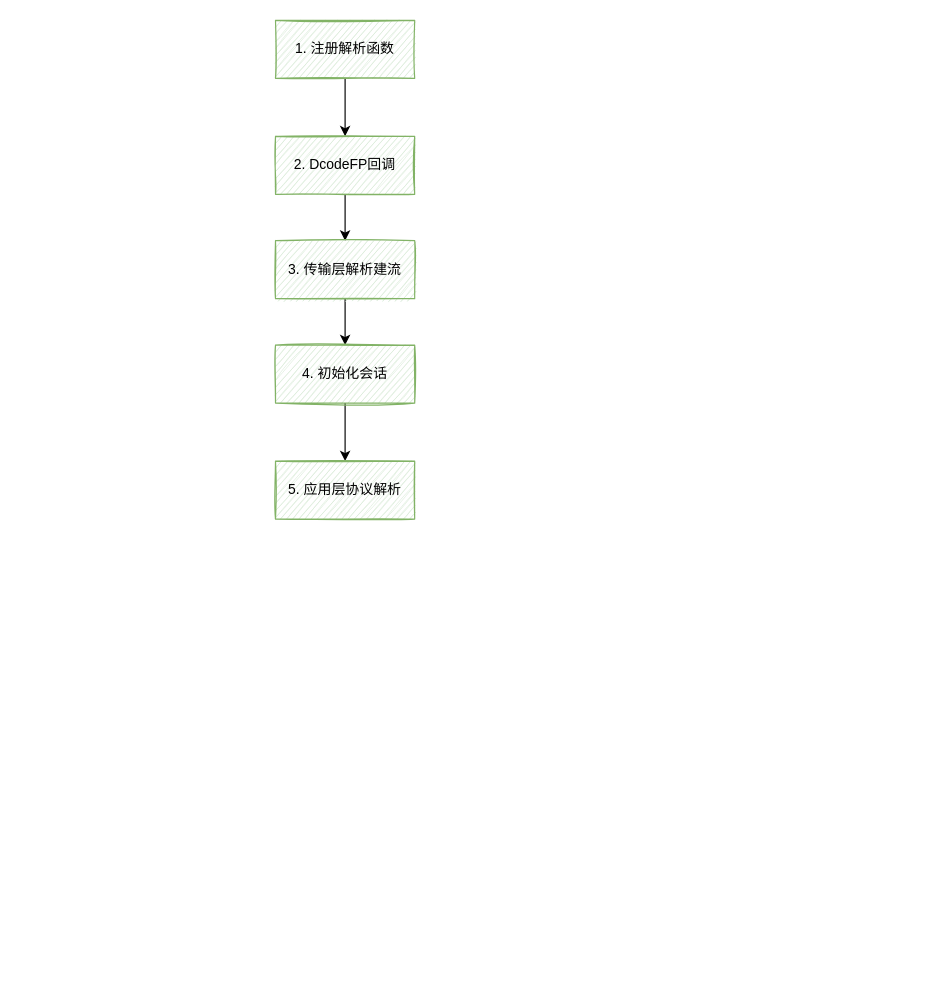
This is ck parse progess.drawio from leonce28/draw-io-img, a draw.io file, before an edit. Source tidied: cells renumbered, new cells numbered last; positions are measured from the earlier drawing's top-left corner, leaving out a move shared by most shapes. Both pictures are drawn from the tidied source at 116%, with x=0, y=0 at pixel (275, 20).
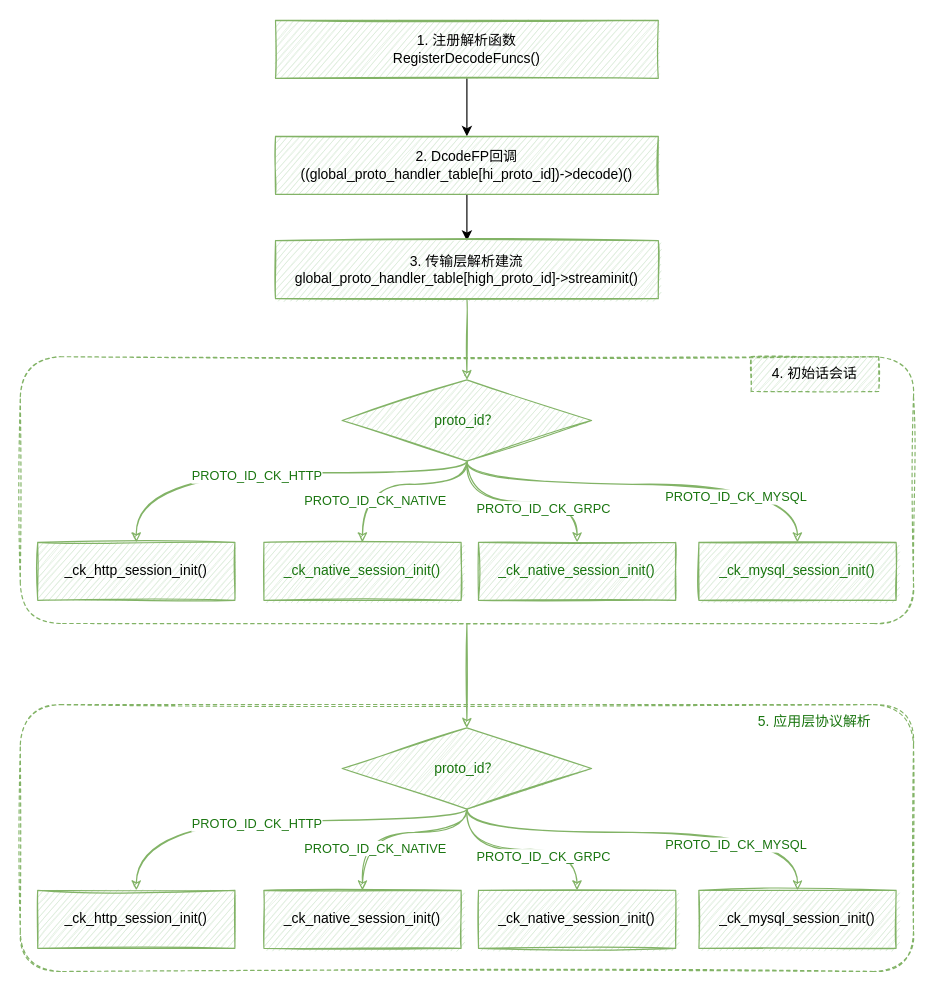
Above is the later version.

The edit, as a diff of the source:
```diff
@@
+    <mxCell id="11" style="edgeStyle=orthogonalEdgeStyle;rounded=0;sketch=1;jettySize=auto;html=1;exitX=0.5;exitY=1;exitDx=0;exitDy=0;fillColor=#d5e8d4;strokeColor=#82b366;fontColor=#19750F;" parent="1" edge="1" source="12" target="41">
+      <mxGeometry relative="1" as="geometry" />
+    </mxCell>
+    <mxCell id="12" style="rounded=1;whiteSpace=wrap;html=1;shadow=0;glass=0;dashed=1;sketch=1;fillStyle=auto;strokeColor=#82b366;strokeWidth=1;fillColor=none;" parent="1" vertex="1">
+      <mxGeometry x="-220" y="290" width="770" height="230" as="geometry" />
+    </mxCell>
@@
-    <mxCell id="3" value="1. 注册解析函数" style="rounded=0;whiteSpace=wrap;html=1;fillStyle=auto;fillColor=#d5e8d4;gradientDirection=north;sketch=1;strokeColor=#82b366;" parent="1" vertex="1">
-      <mxGeometry width="120" height="50" as="geometry" />
+    <mxCell id="3" value="1. 注册解析函数&lt;br&gt;RegisterDecodeFuncs()" style="rounded=0;whiteSpace=wrap;html=1;fillStyle=auto;fillColor=#d5e8d4;gradientDirection=north;sketch=1;strokeColor=#82b366;" parent="1" vertex="1">
+      <mxGeometry width="330" height="50" as="geometry" />
     </mxCell>
@@
-    <mxCell id="5" value="2. DcodeFP回调" style="rounded=0;whiteSpace=wrap;html=1;fillStyle=auto;fillColor=#d5e8d4;gradientDirection=north;sketch=1;strokeColor=#82b366;" parent="1" vertex="1">
-      <mxGeometry y="100" width="120" height="50" as="geometry" />
+    <mxCell id="5" value="2. DcodeFP回调&lt;br&gt;((global_proto_handler_table[hi_proto_id])-&amp;gt;decode)()" style="rounded=0;whiteSpace=wrap;html=1;fillStyle=auto;fillColor=#d5e8d4;gradientDirection=north;sketch=1;strokeColor=#82b366;" parent="1" vertex="1">
+      <mxGeometry y="100" width="330" height="50" as="geometry" />
     </mxCell>
-    <mxCell id="6" style="edgeStyle=orthogonalEdgeStyle;rounded=0;jettySize=auto;html=1;" parent="1" edge="1" source="7" target="9">
-      <mxGeometry relative="1" as="geometry" />
-    </mxCell>
+    <mxCell id="13" style="edgeStyle=orthogonalEdgeStyle;rounded=0;sketch=1;jettySize=auto;html=1;exitX=0.5;exitY=1;exitDx=0;exitDy=0;fillColor=#d5e8d4;strokeColor=#82b366;" parent="1" edge="1" source="7" target="25">
+      <mxGeometry relative="1" as="geometry" />
+    </mxCell>
-    <mxCell id="7" value="3. 传输层解析建流" style="rounded=0;whiteSpace=wrap;html=1;fillStyle=auto;fillColor=#d5e8d4;gradientDirection=north;sketch=1;strokeColor=#82b366;" parent="1" vertex="1">
-      <mxGeometry y="190" width="120" height="50" as="geometry" />
+    <mxCell id="7" value="3. 传输层解析建流&lt;br&gt;global_proto_handler_table[high_proto_id]-&amp;gt;streaminit()" style="rounded=0;whiteSpace=wrap;html=1;fillStyle=auto;fillColor=#d5e8d4;gradientDirection=north;sketch=1;strokeColor=#82b366;" parent="1" vertex="1">
+      <mxGeometry y="190" width="330" height="50" as="geometry" />
     </mxCell>
-    <mxCell id="8" style="edgeStyle=orthogonalEdgeStyle;rounded=0;jettySize=auto;html=1;" parent="1" edge="1" source="9" target="10">
-      <mxGeometry relative="1" as="geometry" />
-    </mxCell>
-    <mxCell id="9" value="4. 初始化会话" style="rounded=0;whiteSpace=wrap;html=1;fillStyle=auto;fillColor=#d5e8d4;gradientDirection=north;sketch=1;strokeColor=#82b366;" parent="1" vertex="1">
-      <mxGeometry y="280" width="120" height="50" as="geometry" />
-    </mxCell>
+    <mxCell id="14" value="_ck_native_session_init()" style="rounded=0;whiteSpace=wrap;html=1;fillStyle=auto;fillColor=#d5e8d4;gradientDirection=north;sketch=1;strokeColor=#82b366;fontColor=#19750F;" parent="1" vertex="1">
+      <mxGeometry x="-10" y="450" width="170" height="50" as="geometry" />
+    </mxCell>
+    <mxCell id="15" value="_ck_http_session_init()" style="rounded=0;whiteSpace=wrap;html=1;fillStyle=auto;fillColor=#d5e8d4;gradientDirection=north;sketch=1;strokeColor=#82b366;" parent="1" vertex="1">
+      <mxGeometry x="-205" y="450" width="170" height="50" as="geometry" />
+    </mxCell>
+    <mxCell id="16" value="_ck_native_session_init()" style="rounded=0;whiteSpace=wrap;html=1;fillStyle=auto;fillColor=#d5e8d4;gradientDirection=north;sketch=1;strokeColor=#82b366;fontColor=#19750F;" parent="1" vertex="1">
+      <mxGeometry x="175" y="450" width="170" height="50" as="geometry" />
+    </mxCell>
+    <mxCell id="17" style="edgeStyle=orthogonalEdgeStyle;jettySize=auto;html=1;exitX=0.5;exitY=1;exitDx=0;exitDy=0;entryX=0.5;entryY=0;entryDx=0;entryDy=0;sketch=1;fillColor=#d5e8d4;strokeColor=#82b366;curved=1;fontColor=#19750F;" parent="1" edge="1" source="25" target="15">
+      <mxGeometry relative="1" as="geometry">
+        <Array as="points">
+          <mxPoint x="165" y="390" />
+          <mxPoint x="-120" y="390" />
+        </Array>
+      </mxGeometry>
+    </mxCell>
+    <mxCell id="18" value="PROTO_ID_CK_HTTP" style="edgeLabel;html=1;align=center;verticalAlign=middle;fontColor=#19750F;" parent="17" vertex="1">
+      <mxGeometry x="0.08" y="2" relative="1" as="geometry" />
+    </mxCell>
+    <mxCell id="19" style="edgeStyle=orthogonalEdgeStyle;jettySize=auto;html=1;exitX=0.5;exitY=1;exitDx=0;exitDy=0;entryX=0.5;entryY=0;entryDx=0;entryDy=0;sketch=1;fillColor=#d5e8d4;strokeColor=#82b366;curved=1;fontColor=#19750F;" parent="1" edge="1" source="25" target="14">
+      <mxGeometry relative="1" as="geometry">
+        <Array as="points">
+          <mxPoint x="165" y="400" />
+          <mxPoint x="75" y="400" />
+        </Array>
+      </mxGeometry>
+    </mxCell>
+    <mxCell id="20" value="PROTO_ID_CK_NATIVE" style="edgeLabel;html=1;align=center;verticalAlign=middle;fontColor=#19750F;" parent="19" vertex="1">
+      <mxGeometry x="0.54" y="10" relative="1" as="geometry" />
+    </mxCell>
+    <mxCell id="21" style="edgeStyle=orthogonalEdgeStyle;jettySize=auto;html=1;exitX=0.5;exitY=1;exitDx=0;exitDy=0;entryX=0.5;entryY=0;entryDx=0;entryDy=0;sketch=1;fillColor=#d5e8d4;strokeColor=#82b366;curved=1;fontColor=#19750F;" parent="1" edge="1" source="25" target="16">
+      <mxGeometry relative="1" as="geometry" />
+    </mxCell>
+    <mxCell id="22" value="PROTO_ID_CK_GRPC" style="edgeLabel;html=1;align=center;verticalAlign=middle;fontColor=#19750F;" parent="21" vertex="1">
+      <mxGeometry x="0.04" relative="1" as="geometry">
+        <mxPoint x="14" y="5" as="offset" />
+      </mxGeometry>
+    </mxCell>
+    <mxCell id="23" style="edgeStyle=orthogonalEdgeStyle;curved=1;sketch=1;jettySize=auto;html=1;fillColor=#d5e8d4;strokeColor=#82b366;exitX=0.5;exitY=1;exitDx=0;exitDy=0;fontColor=#19750F;" parent="1" edge="1" source="25" target="27">
+      <mxGeometry relative="1" as="geometry">
+        <Array as="points">
+          <mxPoint x="165" y="400" />
+          <mxPoint x="450" y="400" />
+        </Array>
+      </mxGeometry>
+    </mxCell>
+    <mxCell id="24" value="PROTO_ID_CK_MYSQL" style="edgeLabel;html=1;align=center;verticalAlign=middle;fontColor=#19750F;" parent="23" vertex="1">
+      <mxGeometry x="0.41" y="-10" relative="1" as="geometry">
+        <mxPoint x="1" as="offset" />
+      </mxGeometry>
+    </mxCell>
+    <mxCell id="25" value="&lt;span style=&quot;font-family: monospace; font-size: 0px;&quot;&gt;4&lt;/span&gt;" style="rhombus;whiteSpace=wrap;html=1;fillStyle=auto;strokeColor=#82b366;fillColor=#d5e8d4;sketch=1;fontColor=#19750F;" parent="1" vertex="1">
+      <mxGeometry x="57.5" y="310" width="215" height="70" as="geometry" />
+    </mxCell>
+    <mxCell id="26" value="proto_id？" style="text;html=1;strokeColor=none;fillColor=none;align=center;verticalAlign=middle;whiteSpace=wrap;rounded=0;fillStyle=auto;sketch=1;fontColor=#19750F;" parent="1" vertex="1">
+      <mxGeometry x="135" y="330" width="60" height="30" as="geometry" />
+    </mxCell>
+    <mxCell id="27" value="_ck_mysql_session_init()" style="rounded=0;whiteSpace=wrap;html=1;fillStyle=auto;fillColor=#d5e8d4;gradientDirection=north;sketch=1;strokeColor=#82b366;fontColor=#19750F;" parent="1" vertex="1">
+      <mxGeometry x="365" y="450" width="170" height="50" as="geometry" />
+    </mxCell>
+    <mxCell id="28" value="4. 初始话会话" style="text;html=1;strokeColor=#82b366;fillColor=#d5e8d4;align=center;verticalAlign=middle;whiteSpace=wrap;rounded=0;shadow=0;glass=0;dashed=1;sketch=1;fillStyle=auto;" parent="1" vertex="1">
+      <mxGeometry x="410" y="290" width="110" height="30" as="geometry" />
+    </mxCell>
+    <mxCell id="29" style="rounded=1;whiteSpace=wrap;html=1;shadow=0;glass=0;dashed=1;sketch=1;fillStyle=auto;strokeColor=#82b366;strokeWidth=1;fillColor=none;" parent="1" vertex="1">
+      <mxGeometry x="-220" y="590" width="770" height="230" as="geometry" />
+    </mxCell>
+    <mxCell id="30" value="_ck_native_session_init()" style="rounded=0;whiteSpace=wrap;html=1;fillStyle=auto;fillColor=#d5e8d4;gradientDirection=north;sketch=1;strokeColor=#82b366;" parent="1" vertex="1">
+      <mxGeometry x="-10" y="750" width="170" height="50" as="geometry" />
+    </mxCell>
+    <mxCell id="31" value="_ck_http_session_init()" style="rounded=0;whiteSpace=wrap;html=1;fillStyle=auto;fillColor=#d5e8d4;gradientDirection=north;sketch=1;strokeColor=#82b366;" parent="1" vertex="1">
+      <mxGeometry x="-205" y="750" width="170" height="50" as="geometry" />
+    </mxCell>
+    <mxCell id="32" value="_ck_native_session_init()" style="rounded=0;whiteSpace=wrap;html=1;fillStyle=auto;fillColor=#d5e8d4;gradientDirection=north;sketch=1;strokeColor=#82b366;" parent="1" vertex="1">
+      <mxGeometry x="175" y="750" width="170" height="50" as="geometry" />
+    </mxCell>
+    <mxCell id="33" style="edgeStyle=orthogonalEdgeStyle;jettySize=auto;html=1;exitX=0.5;exitY=1;exitDx=0;exitDy=0;entryX=0.5;entryY=0;entryDx=0;entryDy=0;sketch=1;fillColor=#d5e8d4;strokeColor=#82b366;curved=1;fontColor=#19750F;" parent="1" edge="1" source="41" target="31">
+      <mxGeometry relative="1" as="geometry">
+        <Array as="points">
+          <mxPoint x="165" y="690" />
+          <mxPoint x="-120" y="690" />
+        </Array>
+      </mxGeometry>
+    </mxCell>
+    <mxCell id="34" value="PROTO_ID_CK_HTTP" style="edgeLabel;html=1;align=center;verticalAlign=middle;fontColor=#19750F;" parent="33" vertex="1">
+      <mxGeometry x="0.08" y="2" relative="1" as="geometry" />
+    </mxCell>
+    <mxCell id="35" style="edgeStyle=orthogonalEdgeStyle;jettySize=auto;html=1;exitX=0.5;exitY=1;exitDx=0;exitDy=0;entryX=0.5;entryY=0;entryDx=0;entryDy=0;sketch=1;fillColor=#d5e8d4;strokeColor=#82b366;curved=1;fontColor=#19750F;" parent="1" edge="1" source="41" target="30">
+      <mxGeometry relative="1" as="geometry">
+        <Array as="points">
+          <mxPoint x="165" y="700" />
+          <mxPoint x="75" y="700" />
+        </Array>
+      </mxGeometry>
+    </mxCell>
+    <mxCell id="36" value="PROTO_ID_CK_NATIVE" style="edgeLabel;html=1;align=center;verticalAlign=middle;fontColor=#19750F;" parent="35" vertex="1">
+      <mxGeometry x="0.54" y="10" relative="1" as="geometry" />
+    </mxCell>
+    <mxCell id="37" style="edgeStyle=orthogonalEdgeStyle;jettySize=auto;html=1;exitX=0.5;exitY=1;exitDx=0;exitDy=0;entryX=0.5;entryY=0;entryDx=0;entryDy=0;sketch=1;fillColor=#d5e8d4;strokeColor=#82b366;curved=1;fontColor=#19750F;" parent="1" edge="1" source="41" target="32">
+      <mxGeometry relative="1" as="geometry" />
+    </mxCell>
+    <mxCell id="38" value="PROTO_ID_CK_GRPC" style="edgeLabel;html=1;align=center;verticalAlign=middle;fontColor=#19750F;" parent="37" vertex="1">
+      <mxGeometry x="0.04" relative="1" as="geometry">
+        <mxPoint x="14" y="5" as="offset" />
+      </mxGeometry>
+    </mxCell>
+    <mxCell id="39" style="edgeStyle=orthogonalEdgeStyle;curved=1;sketch=1;jettySize=auto;html=1;fillColor=#d5e8d4;strokeColor=#82b366;exitX=0.5;exitY=1;exitDx=0;exitDy=0;fontColor=#19750F;" parent="1" edge="1" source="41" target="43">
+      <mxGeometry relative="1" as="geometry">
+        <Array as="points">
+          <mxPoint x="165" y="700" />
+          <mxPoint x="450" y="700" />
+        </Array>
+      </mxGeometry>
+    </mxCell>
+    <mxCell id="40" value="PROTO_ID_CK_MYSQL" style="edgeLabel;html=1;align=center;verticalAlign=middle;fontColor=#19750F;" parent="39" vertex="1">
+      <mxGeometry x="0.41" y="-10" relative="1" as="geometry">
+        <mxPoint x="1" as="offset" />
+      </mxGeometry>
+    </mxCell>
+    <mxCell id="41" value="&lt;span style=&quot;font-family: monospace; font-size: 0px;&quot;&gt;4&lt;/span&gt;" style="rhombus;whiteSpace=wrap;html=1;fillStyle=auto;strokeColor=#82b366;fillColor=#d5e8d4;sketch=1;fontColor=#19750F;" parent="1" vertex="1">
+      <mxGeometry x="57.5" y="610" width="215" height="70" as="geometry" />
+    </mxCell>
+    <mxCell id="42" value="proto_id？" style="text;html=1;strokeColor=none;fillColor=none;align=center;verticalAlign=middle;whiteSpace=wrap;rounded=0;fillStyle=auto;sketch=1;fontColor=#19750F;" parent="1" vertex="1">
+      <mxGeometry x="135" y="630" width="60" height="30" as="geometry" />
+    </mxCell>
+    <mxCell id="43" value="_ck_mysql_session_init()" style="rounded=0;whiteSpace=wrap;html=1;fillStyle=auto;fillColor=#d5e8d4;gradientDirection=north;sketch=1;strokeColor=#82b366;" parent="1" vertex="1">
+      <mxGeometry x="365" y="750" width="170" height="50" as="geometry" />
+    </mxCell>
-    <mxCell id="10" value="5. 应用层协议解析" style="rounded=0;whiteSpace=wrap;html=1;fillStyle=auto;fillColor=#d5e8d4;gradientDirection=north;sketch=1;strokeColor=#82b366;" parent="1" vertex="1">
-      <mxGeometry y="380" width="120" height="50" as="geometry" />
+    <mxCell id="10" value="5. 应用层协议解析" style="text;html=1;strokeColor=none;fillColor=none;align=center;verticalAlign=middle;whiteSpace=wrap;rounded=0;shadow=0;glass=0;dashed=1;sketch=1;fillStyle=auto;fontColor=#19750F;" parent="1" vertex="1">
+      <mxGeometry x="410" y="590" width="110" height="30" as="geometry" />
     </mxCell>
```
